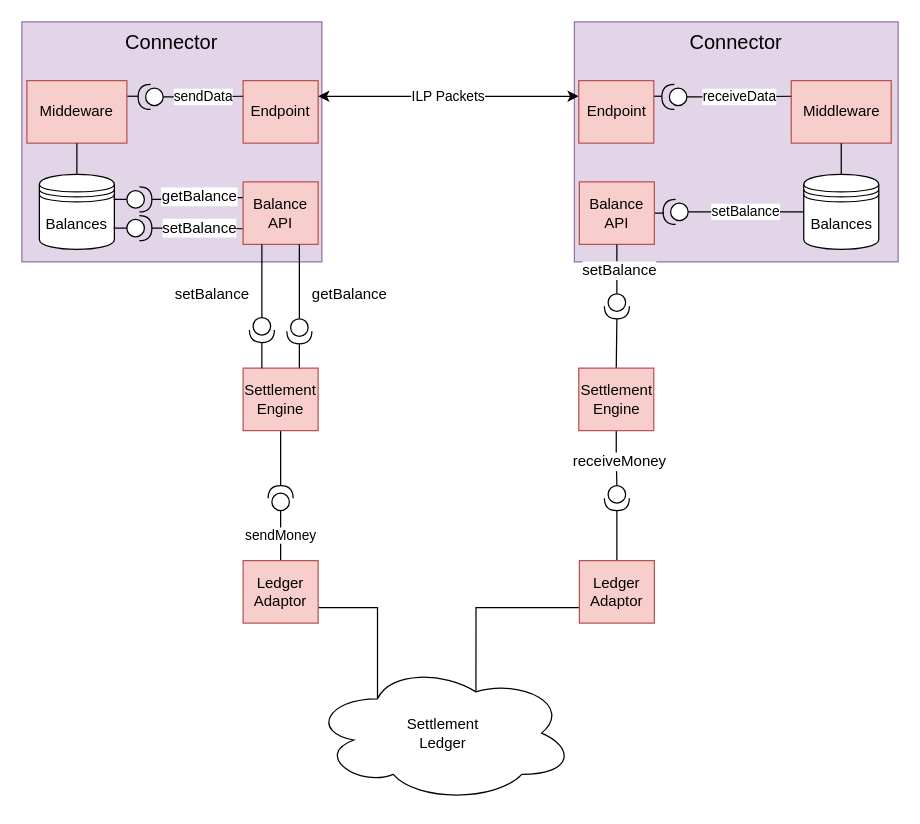
Earlier version of the draw.io diagram page "External Settlement Engine" (3 of 3) of settlement.drawio (adrianhopebailie/ilp). Source tidied: cells renumbered, new cells numbered last; positions are measured from the earlier drawing's top-left corner, leaving out a move shared by most shapes. Both pictures are drawn from the tidied source at 125%, with x=0, y=0 at pixel (21, 21).
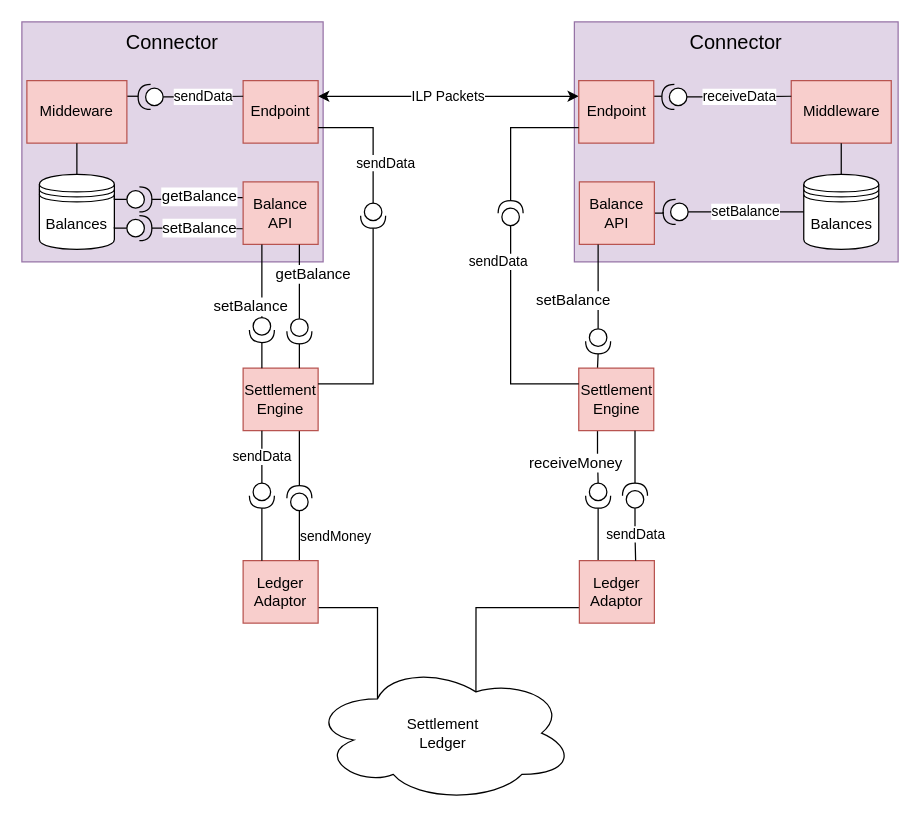
Above is the later version.

The change refers to these unchanged cells:
```xml
<mxCell id="6" value="Endpoint" style="rounded=0;whiteSpace=wrap;html=1;fillColor=#f8cecc;strokeColor=#b85450;" parent="1" vertex="1">
  <mxGeometry x="177" y="47" width="60" height="50" as="geometry" />
</mxCell>
<mxCell id="17" value="Endpoint" style="rounded=0;whiteSpace=wrap;html=1;fillColor=#f8cecc;strokeColor=#b85450;" parent="1" vertex="1">
  <mxGeometry x="445.5" y="47" width="60" height="50" as="geometry" />
</mxCell>
<mxCell id="27" value="Ledger Adaptor" style="rounded=0;whiteSpace=wrap;html=1;fillColor=#f8cecc;strokeColor=#b85450;" parent="1" vertex="1">
  <mxGeometry x="177" y="431" width="60" height="50" as="geometry" />
</mxCell>
<mxCell id="28" value="Ledger Adaptor" style="rounded=0;whiteSpace=wrap;html=1;fillColor=#f8cecc;strokeColor=#b85450;" parent="1" vertex="1">
  <mxGeometry x="446" y="431" width="60" height="50" as="geometry" />
</mxCell>
<mxCell id="29" value="Settlement Engine" style="rounded=0;whiteSpace=wrap;html=1;fillColor=#f8cecc;strokeColor=#b85450;" parent="1" vertex="1">
  <mxGeometry x="177" y="277" width="60" height="50" as="geometry" />
</mxCell>
<mxCell id="31" value="Settlement Engine" style="rounded=0;whiteSpace=wrap;html=1;fillColor=#f8cecc;strokeColor=#b85450;" parent="1" vertex="1">
  <mxGeometry x="445.5" y="277" width="60" height="50" as="geometry" />
</mxCell>
<mxCell id="46" value="Balance API" style="rounded=0;whiteSpace=wrap;html=1;fillColor=#f8cecc;strokeColor=#b85450;" parent="1" vertex="1">
  <mxGeometry x="446" y="128" width="60" height="50" as="geometry" />
</mxCell>
<mxCell id="47" style="edgeStyle=orthogonalEdgeStyle;rounded=0;jettySize=auto;html=1;exitX=0;exitY=0.5;exitDx=0;exitDy=0;exitPerimeter=0;entryX=0.25;entryY=1;entryDx=0;entryDy=0;endArrow=none;endFill=0;" parent="1" edge="1" source="50" target="44">
  <mxGeometry relative="1" as="geometry" />
</mxCell>
<mxCell id="52" style="edgeStyle=orthogonalEdgeStyle;rounded=0;jettySize=auto;html=1;exitX=0;exitY=0.5;exitDx=0;exitDy=0;exitPerimeter=0;entryX=0.75;entryY=1;entryDx=0;entryDy=0;endArrow=none;endFill=0;" parent="1" edge="1" source="54" target="44">
  <mxGeometry relative="1" as="geometry" />
</mxCell>
```

The edit, as a diff of the source:
```diff
@@
     <mxCell id="3" value="Connector" style="rounded=0;whiteSpace=wrap;html=1;verticalAlign=top;align=center;fontSize=16;fillColor=#e1d5e7;strokeColor=#9673a6;" parent="1" vertex="1">
-      <mxGeometry width="240" height="192" as="geometry" />
+      <mxGeometry width="241" height="192" as="geometry" />
     </mxCell>
@@
-    <mxCell id="8" value="sendMoney" style="edgeStyle=orthogonalEdgeStyle;rounded=0;jettySize=auto;html=1;exitX=0;exitY=0.5;exitDx=0;exitDy=0;exitPerimeter=0;entryX=0.5;entryY=0;entryDx=0;entryDy=0;endArrow=none;endFill=0;" parent="1" edge="1" source="9" target="27">
-      <mxGeometry relative="1" as="geometry" />
+    <mxCell id="8" value="sendMoney" style="edgeStyle=orthogonalEdgeStyle;rounded=0;jettySize=auto;html=1;exitX=0;exitY=0.5;exitDx=0;exitDy=0;exitPerimeter=0;entryX=0.75;entryY=0;entryDx=0;entryDy=0;endArrow=none;endFill=0;" parent="1" edge="1" source="9" target="27">
+      <mxGeometry x="0.05" y="29" relative="1" as="geometry" />
     </mxCell>
     <mxCell id="9" style="shape=providedRequiredInterface;html=1;verticalLabelPosition=bottom;align=center;rotation=-180;direction=south;" parent="1" vertex="1">
-      <mxGeometry x="197" y="371" width="20" height="20" as="geometry" />
+      <mxGeometry x="212" y="371" width="20" height="20" as="geometry" />
     </mxCell>
@@
-    <mxCell id="13" style="edgeStyle=orthogonalEdgeStyle;rounded=0;jettySize=auto;html=1;entryX=1;entryY=0.5;entryDx=0;entryDy=0;entryPerimeter=0;endArrow=none;endFill=0;exitX=0.5;exitY=1;exitDx=0;exitDy=0;" parent="1" edge="1" source="29" target="9">
+    <mxCell id="13" style="edgeStyle=orthogonalEdgeStyle;rounded=0;jettySize=auto;html=1;endArrow=none;endFill=0;exitX=0.75;exitY=1;exitDx=0;exitDy=0;entryX=1;entryY=0.5;entryDx=0;entryDy=0;entryPerimeter=0;" parent="1" edge="1" source="29" target="9">
       <mxGeometry relative="1" as="geometry" />
     </mxCell>
@@
-    <mxCell id="18" style="edgeStyle=orthogonalEdgeStyle;rounded=0;jettySize=auto;html=1;entryX=0.5;entryY=0;entryDx=0;entryDy=0;endArrow=none;endFill=0;exitX=1;exitY=0.5;exitDx=0;exitDy=0;exitPerimeter=0;" parent="1" edge="1" source="19" target="28">
+    <mxCell id="18" style="edgeStyle=orthogonalEdgeStyle;rounded=0;jettySize=auto;html=1;entryX=0.25;entryY=0;entryDx=0;entryDy=0;endArrow=none;endFill=0;exitX=1;exitY=0.5;exitDx=0;exitDy=0;exitPerimeter=0;" parent="1" edge="1" source="19" target="28">
       <mxGeometry relative="1" as="geometry" />
     </mxCell>
     <mxCell id="19" style="shape=providedRequiredInterface;html=1;verticalLabelPosition=bottom;align=center;rotation=-180;direction=north;" parent="1" vertex="1">
-      <mxGeometry x="466" y="371" width="20" height="20" as="geometry" />
+      <mxGeometry x="451" y="369" width="20" height="20" as="geometry" />
     </mxCell>
-    <mxCell id="20" style="edgeStyle=orthogonalEdgeStyle;rounded=0;jettySize=auto;html=1;entryX=0;entryY=0.5;entryDx=0;entryDy=0;entryPerimeter=0;endArrow=none;endFill=0;exitX=0.5;exitY=1;exitDx=0;exitDy=0;" parent="1" edge="1" source="31" target="19">
+    <mxCell id="20" style="edgeStyle=orthogonalEdgeStyle;rounded=0;jettySize=auto;html=1;entryX=0;entryY=0.5;entryDx=0;entryDy=0;entryPerimeter=0;endArrow=none;endFill=0;exitX=0.25;exitY=1;exitDx=0;exitDy=0;" parent="1" edge="1" source="31" target="19">
       <mxGeometry relative="1" as="geometry" />
     </mxCell>
     <mxCell id="21" value="receiveMoney" style="text;html=1;align=center;verticalAlign=middle;labelBackgroundColor=#ffffff;" parent="20" vertex="1">
-      <mxGeometry x="0.12" y="1" relative="1" as="geometry" />
+      <mxGeometry x="0.12" y="1" relative="1" as="geometry">
+        <mxPoint x="-20" y="2" as="offset" />
+      </mxGeometry>
     </mxCell>
@@
-    <mxCell id="30" style="edgeStyle=orthogonalEdgeStyle;rounded=0;jettySize=auto;html=1;exitX=0.5;exitY=0;exitDx=0;exitDy=0;entryX=1;entryY=0.5;entryDx=0;entryDy=0;entryPerimeter=0;endArrow=none;endFill=0;" parent="1" edge="1" source="31" target="57">
+    <mxCell id="30" style="edgeStyle=orthogonalEdgeStyle;rounded=0;jettySize=auto;html=1;exitX=0.25;exitY=0;exitDx=0;exitDy=0;entryX=1;entryY=0.5;entryDx=0;entryDy=0;entryPerimeter=0;endArrow=none;endFill=0;" parent="1" edge="1" source="31" target="57">
       <mxGeometry relative="1" as="geometry" />
     </mxCell>
@@
     <mxCell id="48" value="setBalance" style="text;html=1;align=center;verticalAlign=middle;labelBackgroundColor=#ffffff;" parent="47" vertex="1">
       <mxGeometry x="-0.08" y="1" relative="1" as="geometry">
-        <mxPoint x="-40" y="7.5" as="offset" />
+        <mxPoint x="-9" y="17.5" as="offset" />
       </mxGeometry>
     </mxCell>
@@
     <mxCell id="53" value="getBalance" style="text;html=1;align=center;verticalAlign=middle;labelBackgroundColor=#ffffff;" parent="52" vertex="1">
       <mxGeometry x="-0.6" y="-3" relative="1" as="geometry">
-        <mxPoint x="36" y="-8.5" as="offset" />
+        <mxPoint x="7" y="-24" as="offset" />
       </mxGeometry>
     </mxCell>
@@
-    <mxCell id="55" style="edgeStyle=orthogonalEdgeStyle;rounded=0;jettySize=auto;html=1;exitX=0;exitY=0.5;exitDx=0;exitDy=0;exitPerimeter=0;entryX=0.5;entryY=1;entryDx=0;entryDy=0;endArrow=none;endFill=0;" parent="1" edge="1" source="57" target="46">
+    <mxCell id="55" style="edgeStyle=orthogonalEdgeStyle;rounded=0;jettySize=auto;html=1;exitX=0;exitY=0.5;exitDx=0;exitDy=0;exitPerimeter=0;entryX=0.25;entryY=1;entryDx=0;entryDy=0;endArrow=none;endFill=0;" parent="1" edge="1" source="57" target="46">
       <mxGeometry relative="1" as="geometry" />
     </mxCell>
     <mxCell id="56" value="setBalance" style="text;html=1;align=center;verticalAlign=middle;labelBackgroundColor=#ffffff;" parent="55" vertex="1">
       <mxGeometry y="-1" relative="1" as="geometry">
-        <mxPoint y="1" as="offset" />
+        <mxPoint x="-22" y="11" as="offset" />
       </mxGeometry>
     </mxCell>
     <mxCell id="57" style="shape=providedRequiredInterface;html=1;verticalLabelPosition=bottom;align=center;rotation=-180;direction=north;" parent="1" vertex="1">
-      <mxGeometry x="466" y="217.5" width="20" height="20" as="geometry" />
+      <mxGeometry x="451" y="245.5" width="20" height="20" as="geometry" />
     </mxCell>
+    <mxCell id="58" value="sendData" style="edgeStyle=orthogonalEdgeStyle;rounded=0;jettySize=auto;html=1;exitX=0;exitY=0.5;exitDx=0;exitDy=0;exitPerimeter=0;entryX=0.25;entryY=1;entryDx=0;entryDy=0;endArrow=none;endFill=0;" parent="1" edge="1" source="59" target="29">
+      <mxGeometry relative="1" as="geometry" />
+    </mxCell>
+    <mxCell id="59" style="shape=providedRequiredInterface;html=1;verticalLabelPosition=bottom;align=center;rotation=-180;direction=north;" parent="1" vertex="1">
+      <mxGeometry x="182" y="369" width="20" height="20" as="geometry" />
+    </mxCell>
+    <mxCell id="60" style="edgeStyle=orthogonalEdgeStyle;rounded=0;jettySize=auto;html=1;endArrow=none;endFill=0;exitX=0.25;exitY=0;exitDx=0;exitDy=0;entryX=1;entryY=0.5;entryDx=0;entryDy=0;entryPerimeter=0;" parent="1" edge="1" source="27" target="59">
+      <mxGeometry relative="1" as="geometry" />
+    </mxCell>
+    <mxCell id="61" style="edgeStyle=orthogonalEdgeStyle;rounded=0;jettySize=auto;html=1;exitX=1;exitY=0.5;exitDx=0;exitDy=0;exitPerimeter=0;entryX=1;entryY=0.25;entryDx=0;entryDy=0;endArrow=none;endFill=0;" parent="1" edge="1" source="62" target="29">
+      <mxGeometry relative="1" as="geometry" />
+    </mxCell>
+    <mxCell id="62" style="shape=providedRequiredInterface;html=1;verticalLabelPosition=bottom;align=center;rotation=90;direction=east;" parent="1" vertex="1">
+      <mxGeometry x="271" y="145" width="20" height="20" as="geometry" />
+    </mxCell>
+    <mxCell id="63" value="sendData" style="edgeStyle=orthogonalEdgeStyle;rounded=0;jettySize=auto;html=1;exitX=1;exitY=0.75;exitDx=0;exitDy=0;endArrow=none;endFill=0;entryX=0;entryY=0.5;entryDx=0;entryDy=0;entryPerimeter=0;" parent="1" edge="1" source="6" target="62">
+      <mxGeometry x="0.37" y="10" relative="1" as="geometry" />
+    </mxCell>
+    <mxCell id="64" value="sendData" style="edgeStyle=orthogonalEdgeStyle;rounded=0;jettySize=auto;html=1;exitX=0;exitY=0.5;exitDx=0;exitDy=0;exitPerimeter=0;entryX=0.75;entryY=0;entryDx=0;entryDy=0;endArrow=none;endFill=0;" parent="1" edge="1" source="65" target="28">
+      <mxGeometry relative="1" as="geometry" />
+    </mxCell>
+    <mxCell id="65" style="shape=providedRequiredInterface;html=1;verticalLabelPosition=bottom;align=center;rotation=-180;direction=south;" parent="1" vertex="1">
+      <mxGeometry x="480.5" y="369" width="20" height="20" as="geometry" />
+    </mxCell>
+    <mxCell id="66" style="edgeStyle=orthogonalEdgeStyle;rounded=0;jettySize=auto;html=1;endArrow=none;endFill=0;exitX=0.75;exitY=1;exitDx=0;exitDy=0;entryX=1;entryY=0.5;entryDx=0;entryDy=0;entryPerimeter=0;" parent="1" edge="1" source="31" target="65">
+      <mxGeometry relative="1" as="geometry" />
+    </mxCell>
+    <mxCell id="67" style="edgeStyle=orthogonalEdgeStyle;rounded=0;jettySize=auto;html=1;exitX=1;exitY=0.5;exitDx=0;exitDy=0;exitPerimeter=0;entryX=0;entryY=0.75;entryDx=0;entryDy=0;endArrow=none;endFill=0;" parent="1" edge="1" source="68" target="17">
+      <mxGeometry relative="1" as="geometry" />
+    </mxCell>
+    <mxCell id="68" style="shape=providedRequiredInterface;html=1;verticalLabelPosition=bottom;align=center;rotation=90;direction=west;" parent="1" vertex="1">
+      <mxGeometry x="381" y="143" width="20" height="20" as="geometry" />
+    </mxCell>
+    <mxCell id="69" value="sendData" style="edgeStyle=orthogonalEdgeStyle;rounded=0;jettySize=auto;html=1;exitX=0;exitY=0.25;exitDx=0;exitDy=0;endArrow=none;endFill=0;entryX=0;entryY=0.5;entryDx=0;entryDy=0;entryPerimeter=0;" parent="1" edge="1" source="31" target="68">
+      <mxGeometry x="0.68" y="10" relative="1" as="geometry" />
+    </mxCell>
```
